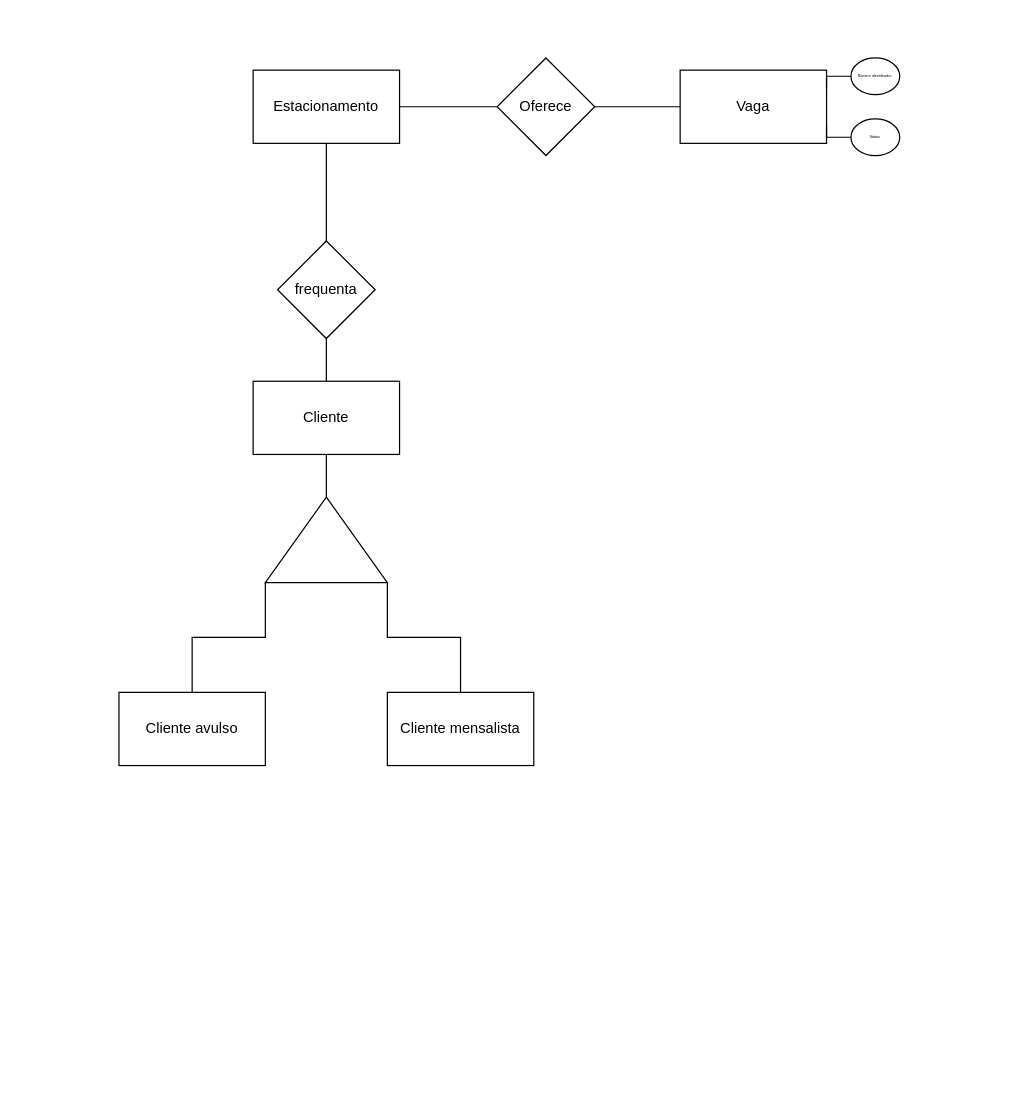
Before: Diagrama sem nome.drawio in PedroHsLox/aulabdd, a draw.io diagram. Source tidied: cells renumbered, new cells numbered last; positions are measured from the earlier drawing's top-left corner, leaving out a move shared by most shapes. Both pictures are drawn from the tidied source at 122%, with x=0, y=0 at pixel (118, 57).
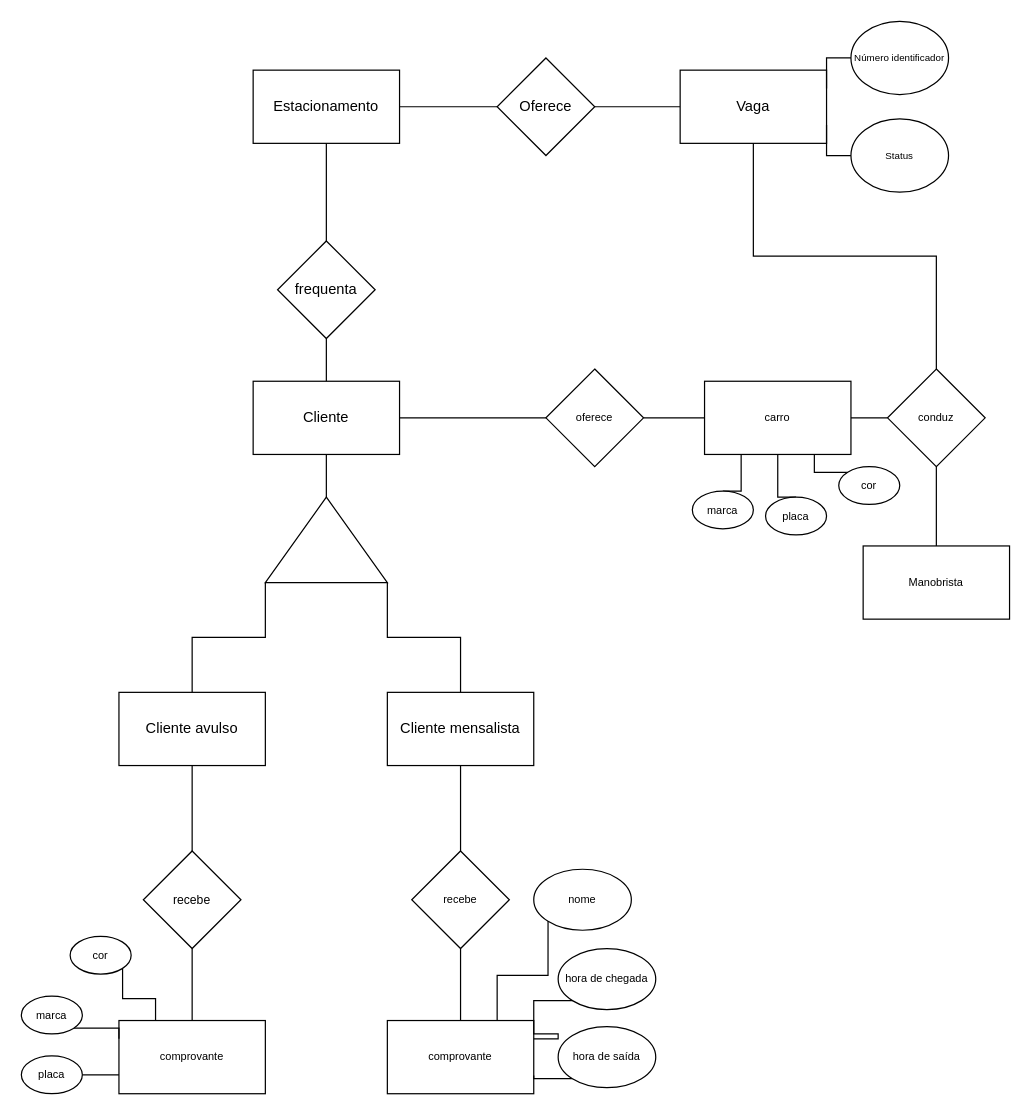
Above is the later version.

Unchanged cells that the change refers to:
```xml
<mxCell id="6" value="&lt;div&gt;Vaga&lt;/div&gt;" style="rounded=0;whiteSpace=wrap;html=1;" parent="1" vertex="1">
  <mxGeometry x="460" y="10" width="120" height="60" as="geometry" />
</mxCell>
<mxCell id="17" value="Cliente mensalista" style="rounded=0;whiteSpace=wrap;html=1;fontSize=12;" parent="1" vertex="1">
  <mxGeometry x="220" y="520" width="120" height="60" as="geometry" />
</mxCell>
<mxCell id="18" value="Cliente avulso" style="rounded=0;whiteSpace=wrap;html=1;fontSize=12;" parent="1" vertex="1">
  <mxGeometry y="520" width="120" height="60" as="geometry" />
</mxCell>
<mxCell id="20" value="Cliente" style="rounded=0;whiteSpace=wrap;html=1;fontSize=12;" parent="1" vertex="1">
  <mxGeometry x="110" y="265" width="120" height="60" as="geometry" />
</mxCell>
```

What changed in the source:
```diff
@@
-    <mxCell id="8" value="Número identificador" style="ellipse;whiteSpace=wrap;html=1;fontSize=3;" parent="1" vertex="1">
-      <mxGeometry x="600" width="40" height="30" as="geometry" />
+    <mxCell id="8" value="Número identificador" style="ellipse;whiteSpace=wrap;html=1;fontSize=8;" parent="1" vertex="1">
+      <mxGeometry x="600" y="-30" width="80" height="60" as="geometry" />
     </mxCell>
@@
-    <mxCell id="10" value="Status" style="ellipse;whiteSpace=wrap;html=1;fontSize=3;" parent="1" vertex="1">
-      <mxGeometry x="600" y="50" width="40" height="30" as="geometry" />
+    <mxCell id="10" value="Status" style="ellipse;whiteSpace=wrap;html=1;fontSize=8;" parent="1" vertex="1">
+      <mxGeometry x="600" y="50" width="80" height="60" as="geometry" />
     </mxCell>
@@
+    <mxCell id="21" style="edgeStyle=orthogonalEdgeStyle;rounded=0;jettySize=auto;html=1;exitX=0.5;exitY=1;exitDx=0;exitDy=0;entryX=0.5;entryY=0;entryDx=0;entryDy=0;strokeColor=default;fontSize=9;endArrow=none;endFill=0;" parent="1" edge="1" source="17" target="27">
+      <mxGeometry relative="1" as="geometry" />
+    </mxCell>
@@
+    <mxCell id="22" style="edgeStyle=orthogonalEdgeStyle;rounded=0;jettySize=auto;html=1;exitX=0.5;exitY=1;exitDx=0;exitDy=0;entryX=0.5;entryY=0;entryDx=0;entryDy=0;fontSize=9;strokeColor=default;endArrow=none;endFill=0;" parent="1" edge="1" source="18" target="24">
+      <mxGeometry relative="1" as="geometry" />
+    </mxCell>
@@
+    <mxCell id="23" style="edgeStyle=orthogonalEdgeStyle;rounded=0;jettySize=auto;html=1;exitX=0.5;exitY=1;exitDx=0;exitDy=0;entryX=0.5;entryY=0;entryDx=0;entryDy=0;strokeColor=default;fontSize=9;endArrow=none;endFill=0;" parent="1" edge="1" source="24" target="25">
+      <mxGeometry relative="1" as="geometry" />
+    </mxCell>
+    <mxCell id="24" value="&lt;font size=&quot;1&quot;&gt;recebe&lt;/font&gt;" style="rhombus;whiteSpace=wrap;html=1;fontSize=8;" parent="1" vertex="1">
+      <mxGeometry x="20" y="650" width="80" height="80" as="geometry" />
+    </mxCell>
+    <mxCell id="25" value="comprovante" style="rounded=0;whiteSpace=wrap;html=1;fontSize=9;" parent="1" vertex="1">
+      <mxGeometry y="789" width="120" height="60" as="geometry" />
+    </mxCell>
+    <mxCell id="26" style="edgeStyle=orthogonalEdgeStyle;rounded=0;jettySize=auto;html=1;exitX=0.5;exitY=1;exitDx=0;exitDy=0;entryX=0.5;entryY=0;entryDx=0;entryDy=0;strokeColor=default;fontSize=9;endArrow=none;endFill=0;" parent="1" edge="1" source="27" target="28">
+      <mxGeometry relative="1" as="geometry" />
+    </mxCell>
+    <mxCell id="27" value="recebe" style="rhombus;whiteSpace=wrap;html=1;fontSize=9;" parent="1" vertex="1">
+      <mxGeometry x="240" y="650" width="80" height="80" as="geometry" />
+    </mxCell>
+    <mxCell id="28" value="comprovante" style="rounded=0;whiteSpace=wrap;html=1;fontSize=9;" parent="1" vertex="1">
+      <mxGeometry x="220" y="789" width="120" height="60" as="geometry" />
+    </mxCell>
+    <mxCell id="29" style="edgeStyle=orthogonalEdgeStyle;rounded=0;jettySize=auto;html=1;exitX=1;exitY=1;exitDx=0;exitDy=0;entryX=0;entryY=0.25;entryDx=0;entryDy=0;strokeColor=default;fontSize=9;endArrow=none;endFill=0;" parent="1" edge="1" source="30" target="25">
+      <mxGeometry relative="1" as="geometry" />
+    </mxCell>
+    <mxCell id="30" value="marca" style="ellipse;whiteSpace=wrap;html=1;fontSize=9;" parent="1" vertex="1">
+      <mxGeometry x="-80" y="769" width="50" height="31" as="geometry" />
+    </mxCell>
+    <mxCell id="31" style="edgeStyle=orthogonalEdgeStyle;rounded=0;jettySize=auto;html=1;exitX=1;exitY=0.5;exitDx=0;exitDy=0;entryX=0;entryY=0.75;entryDx=0;entryDy=0;strokeColor=default;fontSize=9;endArrow=none;endFill=0;" parent="1" edge="1" source="32" target="25">
+      <mxGeometry relative="1" as="geometry" />
+    </mxCell>
+    <mxCell id="32" value="placa" style="ellipse;whiteSpace=wrap;html=1;fontSize=9;" parent="1" vertex="1">
+      <mxGeometry x="-80" y="818" width="50" height="31" as="geometry" />
+    </mxCell>
+    <mxCell id="33" style="edgeStyle=orthogonalEdgeStyle;rounded=0;jettySize=auto;html=1;exitX=1;exitY=1;exitDx=0;exitDy=0;entryX=0.25;entryY=0;entryDx=0;entryDy=0;strokeColor=default;fontSize=9;endArrow=none;endFill=0;" parent="1" edge="1" source="34" target="25">
+      <mxGeometry relative="1" as="geometry" />
+    </mxCell>
+    <mxCell id="34" value="cor" style="ellipse;whiteSpace=wrap;html=1;fontSize=9;" parent="1" vertex="1">
+      <mxGeometry x="-40" y="720" width="50" height="31" as="geometry" />
+    </mxCell>
+    <mxCell id="35" style="edgeStyle=orthogonalEdgeStyle;rounded=0;jettySize=auto;html=1;exitX=1;exitY=0.5;exitDx=0;exitDy=0;entryX=0;entryY=0.5;entryDx=0;entryDy=0;strokeColor=default;fontSize=9;endArrow=none;endFill=0;" parent="1" edge="1" source="37" target="38">
+      <mxGeometry relative="1" as="geometry" />
+    </mxCell>
+    <mxCell id="36" style="edgeStyle=orthogonalEdgeStyle;rounded=0;jettySize=auto;html=1;exitX=0;exitY=0.5;exitDx=0;exitDy=0;entryX=1;entryY=0.5;entryDx=0;entryDy=0;strokeColor=default;fontSize=9;endArrow=none;endFill=0;" parent="1" edge="1" source="37" target="20">
+      <mxGeometry relative="1" as="geometry" />
+    </mxCell>
+    <mxCell id="37" value="oferece" style="rhombus;whiteSpace=wrap;html=1;fontSize=9;" parent="1" vertex="1">
+      <mxGeometry x="350" y="255" width="80" height="80" as="geometry" />
+    </mxCell>
+    <mxCell id="38" value="carro" style="rounded=0;whiteSpace=wrap;html=1;fontSize=9;" parent="1" vertex="1">
+      <mxGeometry x="480" y="265" width="120" height="60" as="geometry" />
+    </mxCell>
+    <mxCell id="39" style="edgeStyle=orthogonalEdgeStyle;rounded=0;jettySize=auto;html=1;exitX=0;exitY=0.5;exitDx=0;exitDy=0;entryX=1;entryY=0.5;entryDx=0;entryDy=0;strokeColor=default;fontSize=9;endArrow=none;endFill=0;" parent="1" edge="1" source="41" target="38">
+      <mxGeometry relative="1" as="geometry" />
+    </mxCell>
+    <mxCell id="40" style="edgeStyle=orthogonalEdgeStyle;rounded=0;jettySize=auto;html=1;exitX=0.5;exitY=0;exitDx=0;exitDy=0;entryX=0.5;entryY=1;entryDx=0;entryDy=0;strokeColor=default;fontSize=9;endArrow=none;endFill=0;" parent="1" edge="1" source="41" target="6">
+      <mxGeometry relative="1" as="geometry" />
+    </mxCell>
+    <mxCell id="41" value="conduz" style="rhombus;whiteSpace=wrap;html=1;fontSize=9;" parent="1" vertex="1">
+      <mxGeometry x="630" y="255" width="80" height="80" as="geometry" />
+    </mxCell>
+    <mxCell id="42" style="edgeStyle=orthogonalEdgeStyle;rounded=0;jettySize=auto;html=1;exitX=0.5;exitY=0;exitDx=0;exitDy=0;entryX=0.5;entryY=1;entryDx=0;entryDy=0;strokeColor=default;fontSize=9;endArrow=none;endFill=0;" parent="1" edge="1" source="43" target="41">
+      <mxGeometry relative="1" as="geometry" />
+    </mxCell>
+    <mxCell id="43" value="Manobrista" style="rounded=0;whiteSpace=wrap;html=1;fontSize=9;" parent="1" vertex="1">
+      <mxGeometry x="610" y="400" width="120" height="60" as="geometry" />
+    </mxCell>
+    <mxCell id="44" style="edgeStyle=orthogonalEdgeStyle;rounded=0;jettySize=auto;html=1;exitX=0.5;exitY=0;exitDx=0;exitDy=0;entryX=0.25;entryY=1;entryDx=0;entryDy=0;strokeColor=default;fontSize=9;endArrow=none;endFill=0;" parent="1" edge="1" source="45" target="38">
+      <mxGeometry relative="1" as="geometry" />
+    </mxCell>
+    <mxCell id="45" value="marca" style="ellipse;whiteSpace=wrap;html=1;fontSize=9;" parent="1" vertex="1">
+      <mxGeometry x="470" y="355" width="50" height="31" as="geometry" />
+    </mxCell>
+    <mxCell id="46" style="edgeStyle=orthogonalEdgeStyle;rounded=0;jettySize=auto;html=1;exitX=0.5;exitY=0;exitDx=0;exitDy=0;entryX=0.5;entryY=1;entryDx=0;entryDy=0;strokeColor=default;fontSize=9;endArrow=none;endFill=0;" parent="1" edge="1" source="47" target="38">
+      <mxGeometry relative="1" as="geometry" />
+    </mxCell>
+    <mxCell id="47" value="placa" style="ellipse;whiteSpace=wrap;html=1;fontSize=9;" parent="1" vertex="1">
+      <mxGeometry x="530" y="360" width="50" height="31" as="geometry" />
+    </mxCell>
+    <mxCell id="48" style="edgeStyle=orthogonalEdgeStyle;rounded=0;jettySize=auto;html=1;exitX=0;exitY=0;exitDx=0;exitDy=0;entryX=0.75;entryY=1;entryDx=0;entryDy=0;strokeColor=default;fontSize=9;endArrow=none;endFill=0;" parent="1" edge="1" source="49" target="38">
+      <mxGeometry relative="1" as="geometry" />
+    </mxCell>
+    <mxCell id="49" value="cor" style="ellipse;whiteSpace=wrap;html=1;fontSize=9;" parent="1" vertex="1">
+      <mxGeometry x="590" y="335" width="50" height="31" as="geometry" />
+    </mxCell>
+    <mxCell id="50" style="edgeStyle=orthogonalEdgeStyle;rounded=0;jettySize=auto;html=1;exitX=0;exitY=1;exitDx=0;exitDy=0;entryX=1;entryY=0.25;entryDx=0;entryDy=0;strokeColor=default;fontSize=9;endArrow=none;endFill=0;" parent="1" edge="1" source="51" target="28">
+      <mxGeometry relative="1" as="geometry" />
+    </mxCell>
+    <mxCell id="51" value="hora de chegada" style="ellipse;whiteSpace=wrap;html=1;fontSize=9;" parent="1" vertex="1">
+      <mxGeometry x="360" y="730" width="80" height="50" as="geometry" />
+    </mxCell>
+    <mxCell id="52" style="edgeStyle=orthogonalEdgeStyle;rounded=0;jettySize=auto;html=1;exitX=0;exitY=1;exitDx=0;exitDy=0;entryX=1;entryY=0.75;entryDx=0;entryDy=0;strokeColor=default;fontSize=9;endArrow=none;endFill=0;" parent="1" edge="1" source="53" target="28">
+      <mxGeometry relative="1" as="geometry" />
+    </mxCell>
+    <mxCell id="53" value="hora de saída" style="ellipse;whiteSpace=wrap;html=1;fontSize=9;" parent="1" vertex="1">
+      <mxGeometry x="360" y="794" width="80" height="50" as="geometry" />
+    </mxCell>
+    <mxCell id="54" style="edgeStyle=orthogonalEdgeStyle;rounded=0;jettySize=auto;html=1;exitX=0;exitY=1;exitDx=0;exitDy=0;entryX=0.75;entryY=0;entryDx=0;entryDy=0;strokeColor=default;fontSize=9;endArrow=none;endFill=0;" parent="1" edge="1" source="55" target="28">
+      <mxGeometry relative="1" as="geometry" />
+    </mxCell>
+    <mxCell id="55" value="nome" style="ellipse;whiteSpace=wrap;html=1;fontSize=9;" parent="1" vertex="1">
+      <mxGeometry x="340" y="665" width="80" height="50" as="geometry" />
+    </mxCell>
```
